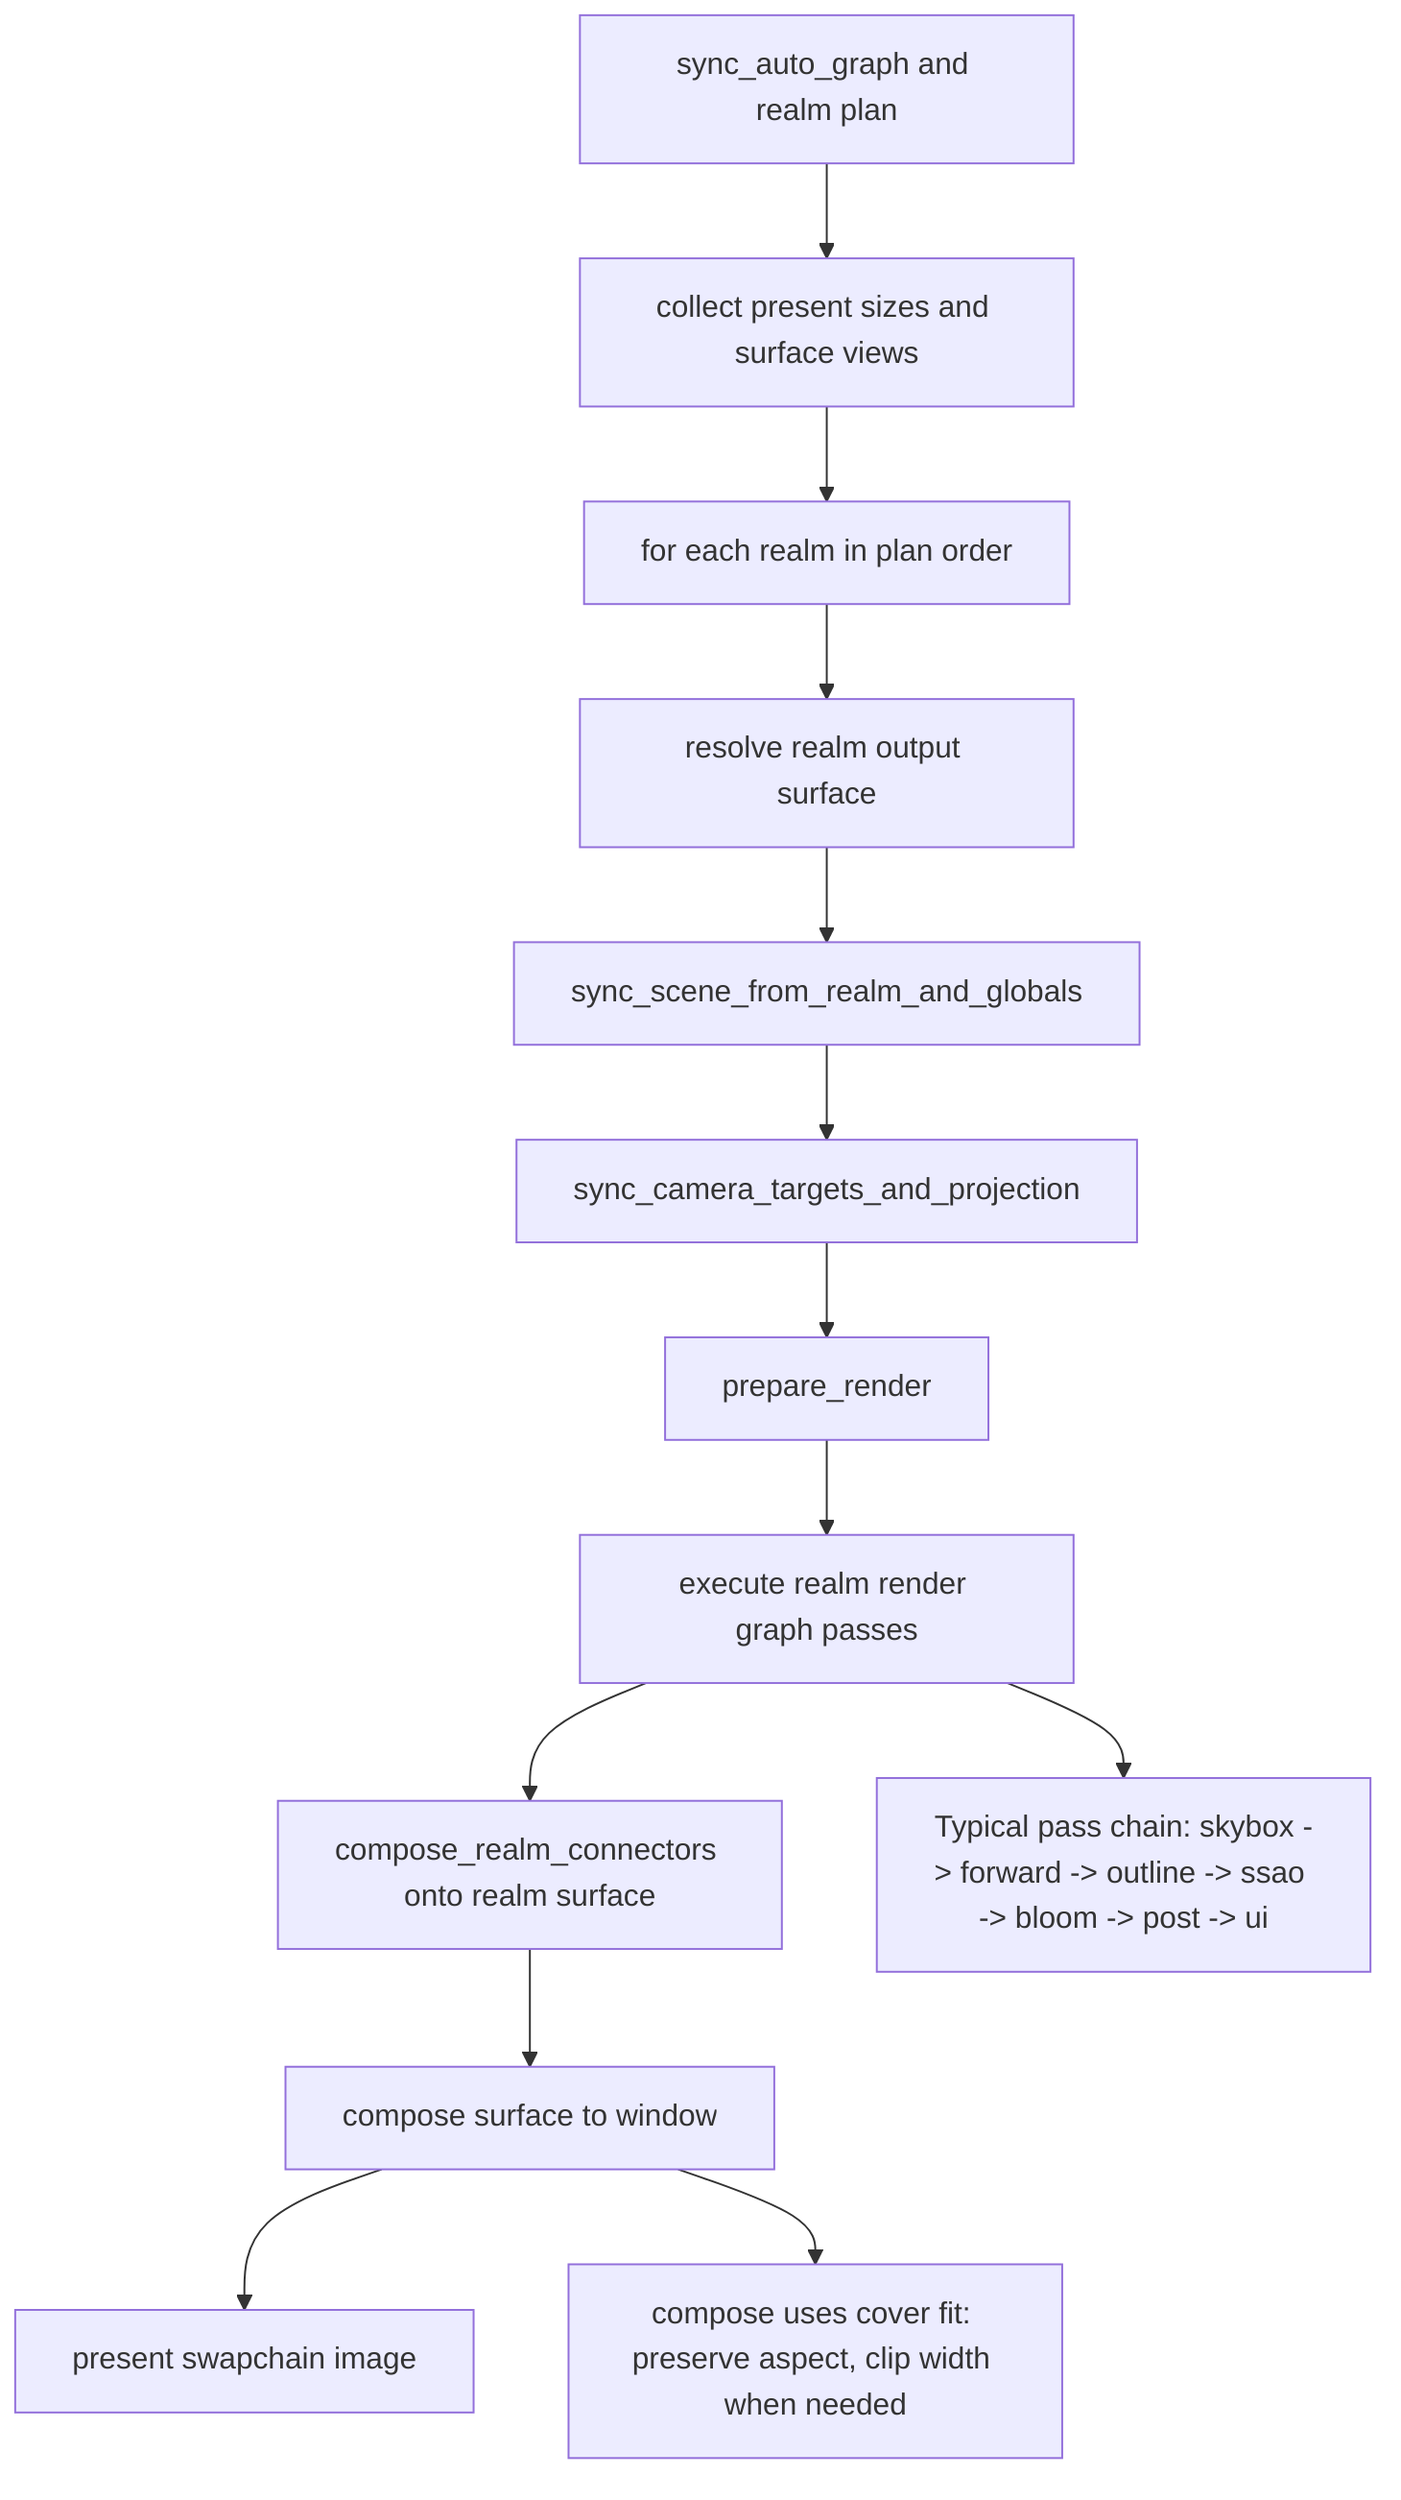
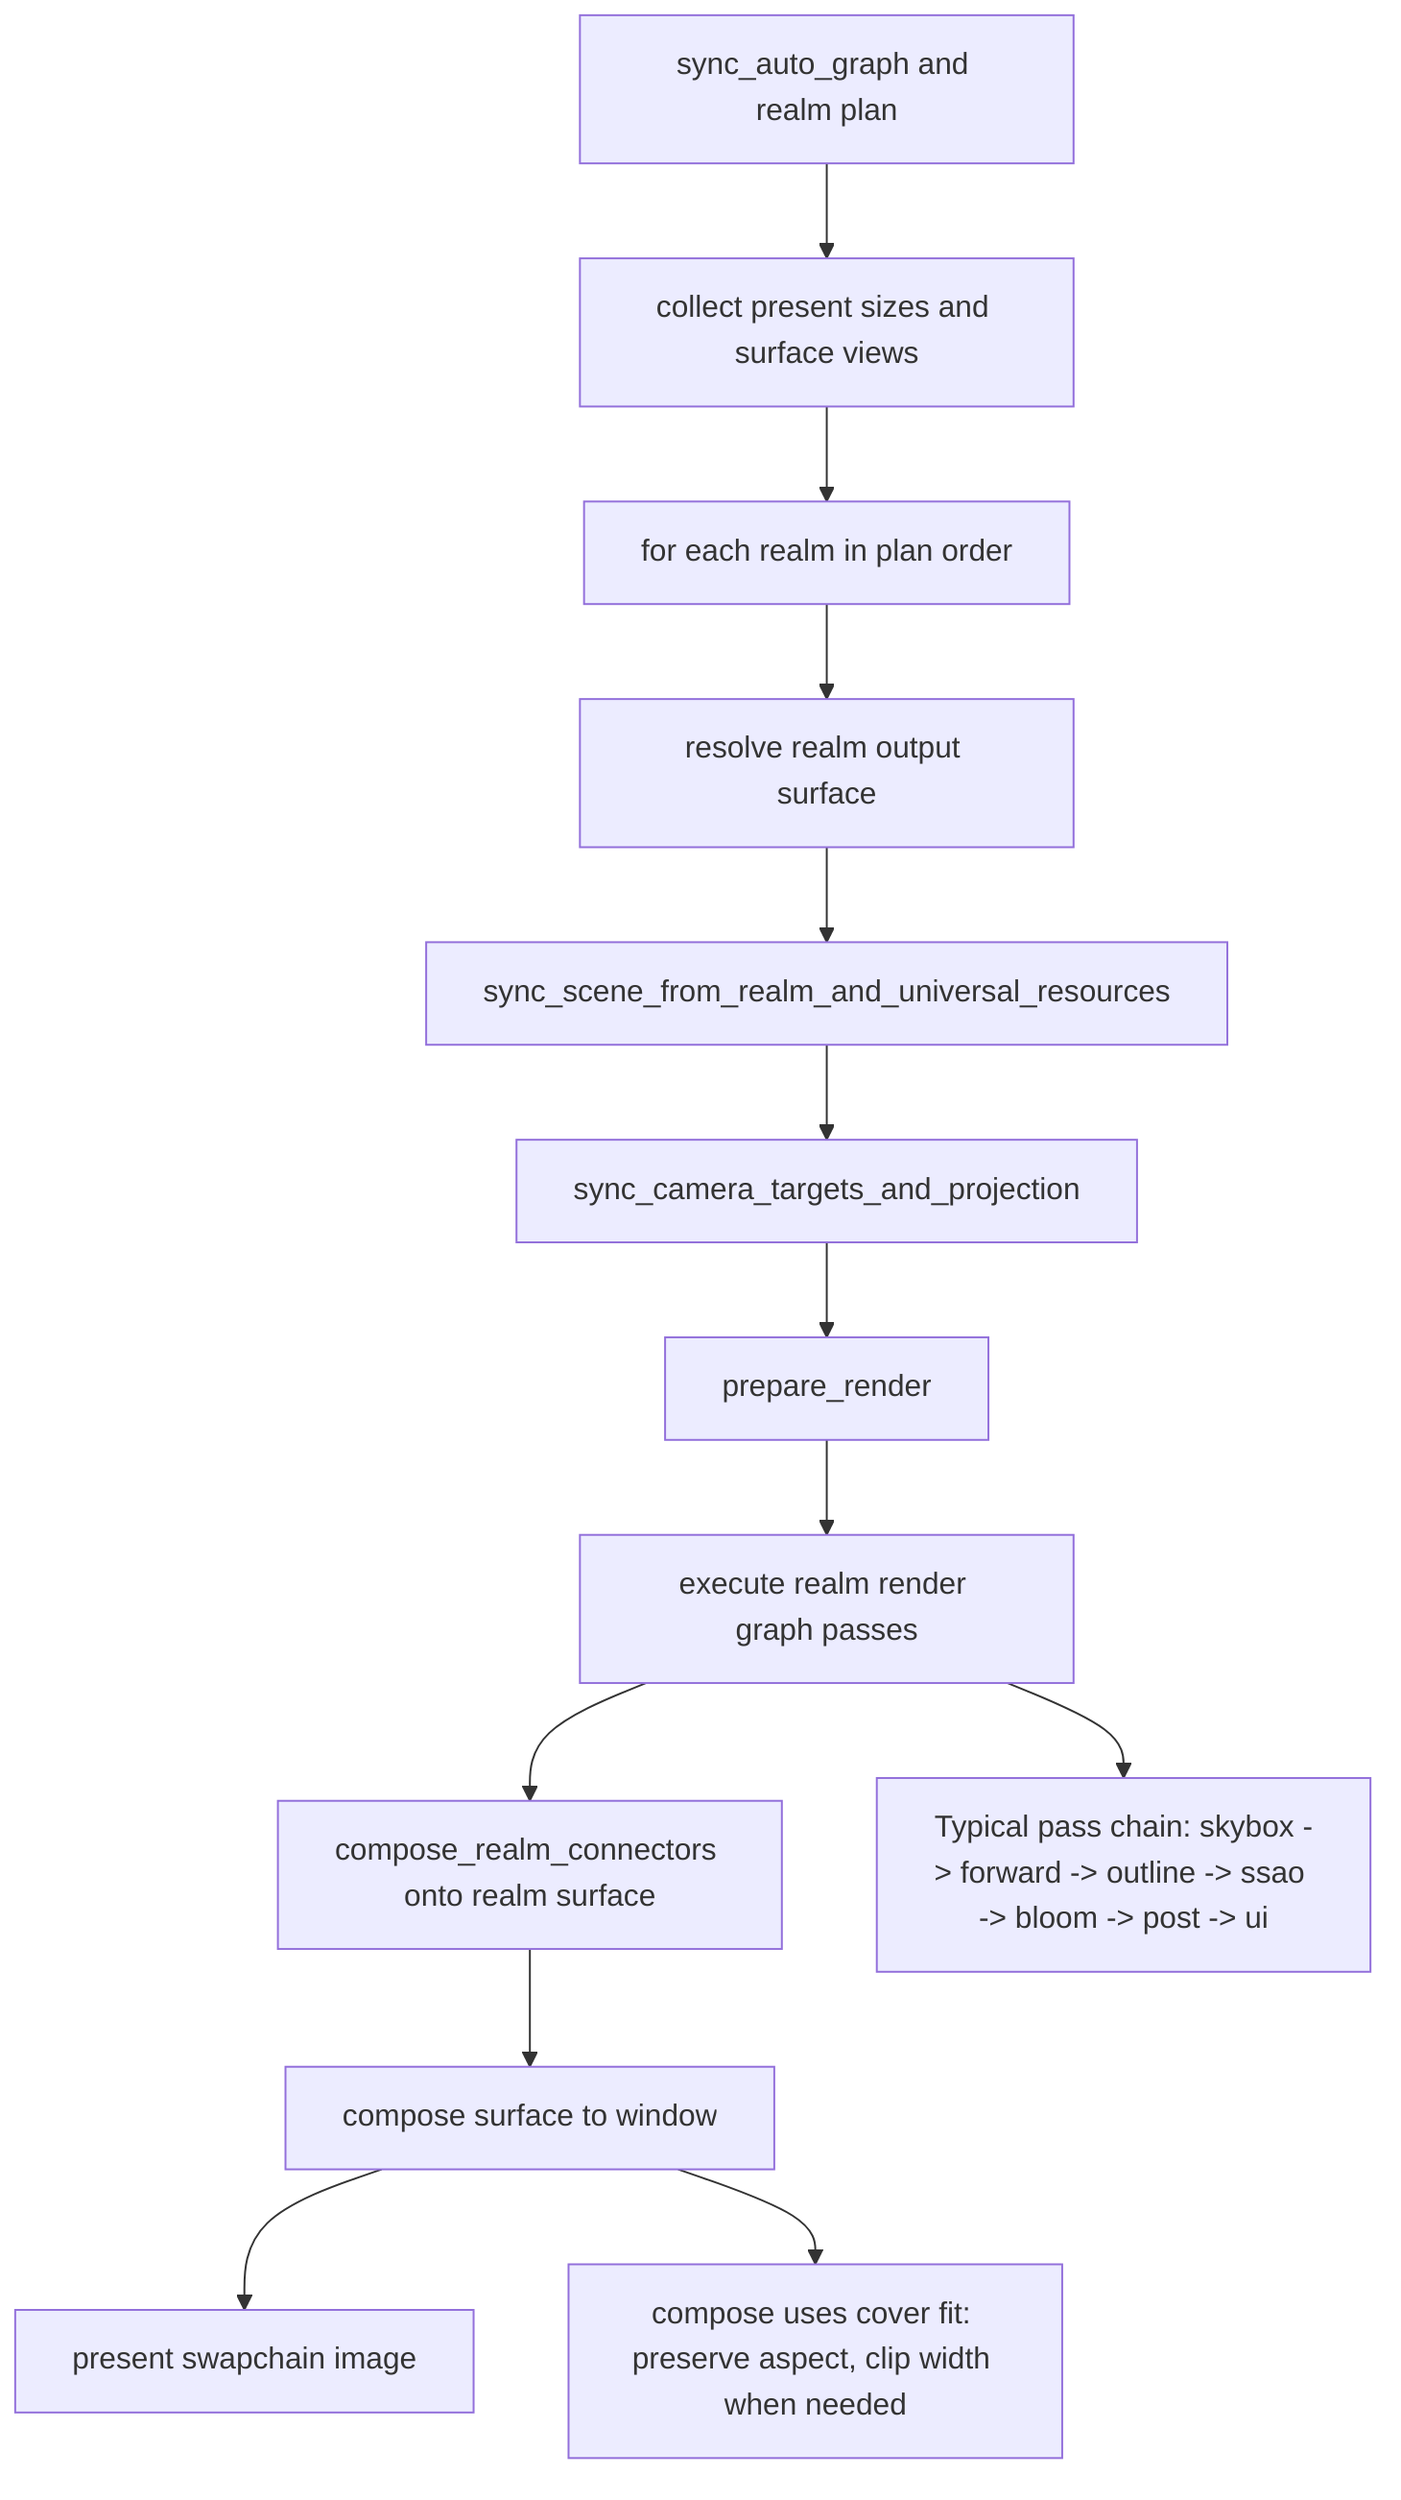
flowchart TD
  P0["sync_auto_graph and realm plan"]
  P1["collect present sizes and surface views"]
  P2["for each realm in plan order"]
  P3["resolve realm output surface"]
-   P4["sync_scene_from_realm_and_globals"]
+   P4["sync_scene_from_realm_and_universal_resources"]
  P5["sync_camera_targets_and_projection"]
  P6["prepare_render"]
  P7["execute realm render graph passes"]
  P8["compose_realm_connectors onto realm surface"]
  P9["compose surface to window"]
  P10["present swapchain image"]

  P0 --> P1
  P1 --> P2
  P2 --> P3
  P3 --> P4
  P4 --> P5
  P5 --> P6
  P6 --> P7
  P7 --> P8
  P8 --> P9
  P9 --> P10

  PASS["Typical pass chain: skybox -> forward -> outline -> ssao -> bloom -> post -> ui"]
  COVER["compose uses cover fit: preserve aspect, clip width when needed"]
  P7 --> PASS
  P9 --> COVER
